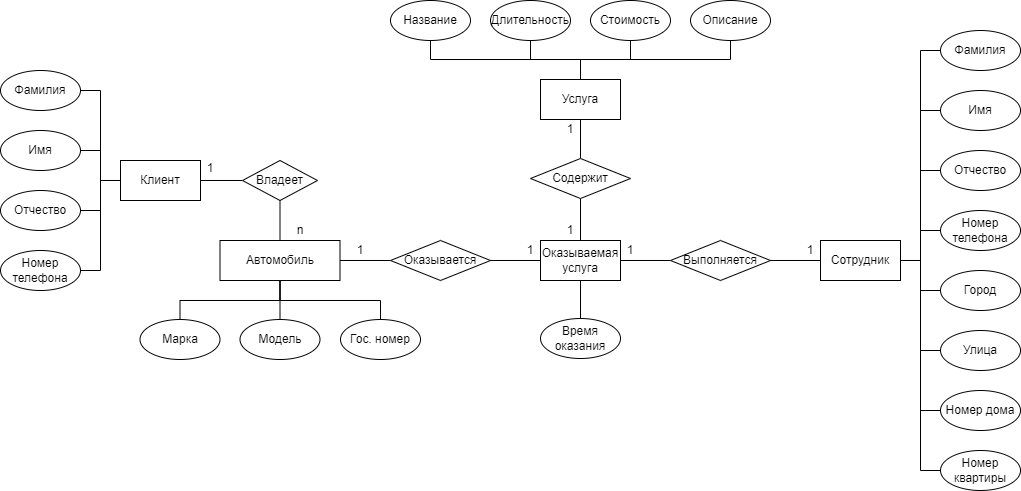
This is Concept.drawio.png from Mejioy/SUBD, a draw.io export, as it was before one commit. Source tidied: cells renumbered, new cells last; positions are measured from the earlier drawing's top-left corner, leaving out a move shared by most shapes. Its diagram source:
```xml
<mxGraphModel>
  <root>
    <mxCell id="0" />
    <mxCell id="1" parent="0" />
    <mxCell id="2" value="Марка" style="ellipse;whiteSpace=wrap;html=1;" parent="1" vertex="1">
      <mxGeometry x="139.5" y="319" width="80" height="40" as="geometry" />
    </mxCell>
    <mxCell id="3" value="Модель" style="ellipse;whiteSpace=wrap;html=1;" parent="1" vertex="1">
      <mxGeometry x="239.5" y="319" width="80" height="40" as="geometry" />
    </mxCell>
    <mxCell id="4" style="edgeStyle=orthogonalEdgeStyle;rounded=0;jettySize=auto;html=1;exitX=0.5;exitY=1;exitDx=0;exitDy=0;entryX=0.5;entryY=0;entryDx=0;entryDy=0;endArrow=none;endFill=0;" parent="1" edge="1" source="7" target="3">
      <mxGeometry relative="1" as="geometry" />
    </mxCell>
    <mxCell id="5" style="edgeStyle=orthogonalEdgeStyle;rounded=0;jettySize=auto;html=1;exitX=0.5;exitY=1;exitDx=0;exitDy=0;entryX=0.5;entryY=0;entryDx=0;entryDy=0;endArrow=none;endFill=0;" parent="1" edge="1" source="7" target="12">
      <mxGeometry relative="1" as="geometry">
        <Array as="points">
          <mxPoint x="280" y="300" />
          <mxPoint x="380" y="300" />
        </Array>
      </mxGeometry>
    </mxCell>
    <mxCell id="6" style="edgeStyle=orthogonalEdgeStyle;rounded=0;jettySize=auto;html=1;exitX=0.5;exitY=1;exitDx=0;exitDy=0;entryX=0.5;entryY=0;entryDx=0;entryDy=0;endArrow=none;endFill=0;" parent="1" edge="1" source="7" target="2">
      <mxGeometry relative="1" as="geometry">
        <Array as="points">
          <mxPoint x="280" y="300" />
          <mxPoint x="180" y="300" />
        </Array>
      </mxGeometry>
    </mxCell>
    <mxCell id="7" value="Автомобиль" style="rounded=0;whiteSpace=wrap;html=1;" parent="1" vertex="1">
      <mxGeometry x="219.5" y="240" width="120" height="40" as="geometry" />
    </mxCell>
    <mxCell id="8" style="edgeStyle=orthogonalEdgeStyle;rounded=0;jettySize=auto;html=1;exitX=0;exitY=0.5;exitDx=0;exitDy=0;entryX=1;entryY=0.5;entryDx=0;entryDy=0;endArrow=none;endFill=0;startArrow=none;startFill=0;" parent="1" edge="1" source="10" target="11">
      <mxGeometry relative="1" as="geometry" />
    </mxCell>
    <mxCell id="9" style="edgeStyle=orthogonalEdgeStyle;rounded=0;jettySize=auto;html=1;exitX=0.5;exitY=1;exitDx=0;exitDy=0;entryX=0.5;entryY=0;entryDx=0;entryDy=0;endArrow=none;endFill=0;startArrow=none;startFill=0;" parent="1" edge="1" source="10" target="7">
      <mxGeometry relative="1" as="geometry" />
    </mxCell>
    <mxCell id="10" value="Владеет" style="rhombus;whiteSpace=wrap;html=1;" parent="1" vertex="1">
      <mxGeometry x="242" y="160" width="75" height="40" as="geometry" />
    </mxCell>
    <mxCell id="11" value="Клиент" style="rounded=0;whiteSpace=wrap;html=1;" parent="1" vertex="1">
      <mxGeometry x="120" y="160" width="80" height="40" as="geometry" />
    </mxCell>
    <mxCell id="12" value="Гос. номер" style="ellipse;whiteSpace=wrap;html=1;" parent="1" vertex="1">
      <mxGeometry x="340" y="319" width="80" height="40" as="geometry" />
    </mxCell>
    <mxCell id="13" style="edgeStyle=orthogonalEdgeStyle;rounded=0;jettySize=auto;html=1;exitX=1;exitY=0.5;exitDx=0;exitDy=0;entryX=0;entryY=0.5;entryDx=0;entryDy=0;endArrow=none;endFill=0;" parent="1" edge="1" source="14" target="11">
      <mxGeometry relative="1" as="geometry" />
    </mxCell>
    <mxCell id="14" value="Фамилия" style="ellipse;whiteSpace=wrap;html=1;" parent="1" vertex="1">
      <mxGeometry y="70" width="80" height="40" as="geometry" />
    </mxCell>
    <mxCell id="15" style="edgeStyle=orthogonalEdgeStyle;rounded=0;jettySize=auto;html=1;exitX=1;exitY=0.5;exitDx=0;exitDy=0;entryX=0;entryY=0.5;entryDx=0;entryDy=0;endArrow=none;endFill=0;" parent="1" edge="1" source="16" target="11">
      <mxGeometry relative="1" as="geometry" />
    </mxCell>
    <mxCell id="16" value="Имя" style="ellipse;whiteSpace=wrap;html=1;" parent="1" vertex="1">
      <mxGeometry y="130" width="80" height="40" as="geometry" />
    </mxCell>
    <mxCell id="17" style="edgeStyle=orthogonalEdgeStyle;rounded=0;jettySize=auto;html=1;exitX=1;exitY=0.5;exitDx=0;exitDy=0;entryX=0;entryY=0.5;entryDx=0;entryDy=0;endArrow=none;endFill=0;" parent="1" edge="1" source="18" target="11">
      <mxGeometry relative="1" as="geometry" />
    </mxCell>
    <mxCell id="18" value="Отчество" style="ellipse;whiteSpace=wrap;html=1;" parent="1" vertex="1">
      <mxGeometry y="190" width="80" height="40" as="geometry" />
    </mxCell>
    <mxCell id="19" style="edgeStyle=orthogonalEdgeStyle;rounded=0;jettySize=auto;html=1;exitX=1;exitY=0.5;exitDx=0;exitDy=0;entryX=0;entryY=0.5;entryDx=0;entryDy=0;endArrow=none;endFill=0;" parent="1" edge="1" source="20" target="11">
      <mxGeometry relative="1" as="geometry" />
    </mxCell>
    <mxCell id="20" value="Номер телефона" style="ellipse;whiteSpace=wrap;html=1;" parent="1" vertex="1">
      <mxGeometry y="250" width="80" height="40" as="geometry" />
    </mxCell>
    <mxCell id="21" value="Время оказания" style="ellipse;whiteSpace=wrap;html=1;" parent="1" vertex="1">
      <mxGeometry x="540" y="318" width="80" height="40" as="geometry" />
    </mxCell>
    <mxCell id="22" style="edgeStyle=orthogonalEdgeStyle;rounded=0;jettySize=auto;html=1;exitX=0.5;exitY=1;exitDx=0;exitDy=0;entryX=0.5;entryY=0;entryDx=0;entryDy=0;endArrow=none;endFill=0;" parent="1" edge="1" source="23" target="21">
      <mxGeometry relative="1" as="geometry" />
    </mxCell>
    <mxCell id="23" value="Оказываемая услуга" style="rounded=0;whiteSpace=wrap;html=1;" parent="1" vertex="1">
      <mxGeometry x="540" y="240" width="80" height="40" as="geometry" />
    </mxCell>
    <mxCell id="24" style="edgeStyle=orthogonalEdgeStyle;rounded=0;jettySize=auto;html=1;exitX=0;exitY=0.5;exitDx=0;exitDy=0;entryX=1;entryY=0.5;entryDx=0;entryDy=0;endArrow=none;endFill=0;startArrow=none;startFill=0;" parent="1" edge="1" source="26" target="7">
      <mxGeometry relative="1" as="geometry" />
    </mxCell>
    <mxCell id="25" style="edgeStyle=orthogonalEdgeStyle;rounded=0;jettySize=auto;html=1;exitX=1;exitY=0.5;exitDx=0;exitDy=0;entryX=0;entryY=0.5;entryDx=0;entryDy=0;endArrow=none;endFill=0;startArrow=none;startFill=0;" parent="1" edge="1" source="26" target="23">
      <mxGeometry relative="1" as="geometry" />
    </mxCell>
    <mxCell id="26" value="Оказывается" style="rhombus;whiteSpace=wrap;html=1;" parent="1" vertex="1">
      <mxGeometry x="390" y="240" width="100" height="40" as="geometry" />
    </mxCell>
    <mxCell id="27" style="edgeStyle=orthogonalEdgeStyle;rounded=0;jettySize=auto;html=1;exitX=0.5;exitY=0;exitDx=0;exitDy=0;entryX=0.5;entryY=1;entryDx=0;entryDy=0;endArrow=none;endFill=0;" parent="1" edge="1" source="31" target="32">
      <mxGeometry relative="1" as="geometry">
        <Array as="points">
          <mxPoint x="580" y="59" />
          <mxPoint x="430" y="59" />
        </Array>
      </mxGeometry>
    </mxCell>
    <mxCell id="28" style="edgeStyle=orthogonalEdgeStyle;rounded=0;jettySize=auto;html=1;exitX=0.5;exitY=0;exitDx=0;exitDy=0;entryX=0.5;entryY=1;entryDx=0;entryDy=0;endArrow=none;endFill=0;" parent="1" edge="1" source="31" target="35">
      <mxGeometry relative="1" as="geometry">
        <Array as="points">
          <mxPoint x="580" y="59" />
          <mxPoint x="730" y="59" />
        </Array>
      </mxGeometry>
    </mxCell>
    <mxCell id="29" style="edgeStyle=orthogonalEdgeStyle;rounded=0;jettySize=auto;html=1;exitX=0.5;exitY=0;exitDx=0;exitDy=0;entryX=0.5;entryY=1;entryDx=0;entryDy=0;endArrow=none;endFill=0;" parent="1" edge="1" source="31" target="34">
      <mxGeometry relative="1" as="geometry" />
    </mxCell>
    <mxCell id="30" style="edgeStyle=orthogonalEdgeStyle;rounded=0;jettySize=auto;html=1;exitX=0.5;exitY=0;exitDx=0;exitDy=0;entryX=0.5;entryY=1;entryDx=0;entryDy=0;endArrow=none;endFill=0;" parent="1" edge="1" source="31" target="33">
      <mxGeometry relative="1" as="geometry" />
    </mxCell>
    <mxCell id="31" value="Услуга" style="rounded=0;whiteSpace=wrap;html=1;" parent="1" vertex="1">
      <mxGeometry x="540" y="79" width="80" height="40" as="geometry" />
    </mxCell>
    <mxCell id="32" value="Название" style="ellipse;whiteSpace=wrap;html=1;" parent="1" vertex="1">
      <mxGeometry x="390" width="80" height="40" as="geometry" />
    </mxCell>
    <mxCell id="33" value="Длительность" style="ellipse;whiteSpace=wrap;html=1;" parent="1" vertex="1">
      <mxGeometry x="490" width="80" height="40" as="geometry" />
    </mxCell>
    <mxCell id="34" value="Стоимость" style="ellipse;whiteSpace=wrap;html=1;" parent="1" vertex="1">
      <mxGeometry x="590" width="80" height="40" as="geometry" />
    </mxCell>
    <mxCell id="35" value="Описание" style="ellipse;whiteSpace=wrap;html=1;" parent="1" vertex="1">
      <mxGeometry x="690" width="80" height="40" as="geometry" />
    </mxCell>
    <mxCell id="36" style="edgeStyle=orthogonalEdgeStyle;rounded=0;jettySize=auto;html=1;exitX=0.5;exitY=0;exitDx=0;exitDy=0;entryX=0.5;entryY=1;entryDx=0;entryDy=0;endArrow=none;endFill=0;startArrow=none;startFill=0;" parent="1" edge="1" source="38" target="31">
      <mxGeometry relative="1" as="geometry" />
    </mxCell>
    <mxCell id="37" style="edgeStyle=orthogonalEdgeStyle;rounded=0;jettySize=auto;html=1;exitX=0.5;exitY=1;exitDx=0;exitDy=0;entryX=0.5;entryY=0;entryDx=0;entryDy=0;endArrow=none;endFill=0;startArrow=none;startFill=0;" parent="1" edge="1" source="38" target="23">
      <mxGeometry relative="1" as="geometry" />
    </mxCell>
    <mxCell id="38" value="Содержит" style="rhombus;whiteSpace=wrap;html=1;" parent="1" vertex="1">
      <mxGeometry x="530" y="158" width="100" height="40" as="geometry" />
    </mxCell>
    <mxCell id="39" style="edgeStyle=orthogonalEdgeStyle;rounded=0;jettySize=auto;html=1;exitX=1;exitY=0.5;exitDx=0;exitDy=0;entryX=0;entryY=0.5;entryDx=0;entryDy=0;endArrow=none;endFill=0;" parent="1" edge="1" source="47" target="48">
      <mxGeometry relative="1" as="geometry" />
    </mxCell>
    <mxCell id="40" style="edgeStyle=orthogonalEdgeStyle;rounded=0;jettySize=auto;html=1;exitX=1;exitY=0.5;exitDx=0;exitDy=0;entryX=0;entryY=0.5;entryDx=0;entryDy=0;endArrow=none;endFill=0;" parent="1" edge="1" source="47" target="55">
      <mxGeometry relative="1" as="geometry" />
    </mxCell>
    <mxCell id="41" style="edgeStyle=orthogonalEdgeStyle;rounded=0;jettySize=auto;html=1;exitX=1;exitY=0.5;exitDx=0;exitDy=0;entryX=0;entryY=0.5;entryDx=0;entryDy=0;endArrow=none;endFill=0;" parent="1" edge="1" source="47" target="49">
      <mxGeometry relative="1" as="geometry" />
    </mxCell>
    <mxCell id="42" style="edgeStyle=orthogonalEdgeStyle;rounded=0;jettySize=auto;html=1;exitX=1;exitY=0.5;exitDx=0;exitDy=0;entryX=0;entryY=0.5;entryDx=0;entryDy=0;endArrow=none;endFill=0;" parent="1" edge="1" source="47" target="54">
      <mxGeometry relative="1" as="geometry" />
    </mxCell>
    <mxCell id="43" style="edgeStyle=orthogonalEdgeStyle;rounded=0;jettySize=auto;html=1;exitX=1;exitY=0.5;exitDx=0;exitDy=0;entryX=0;entryY=0.5;entryDx=0;entryDy=0;endArrow=none;endFill=0;" parent="1" edge="1" source="47" target="50">
      <mxGeometry relative="1" as="geometry" />
    </mxCell>
    <mxCell id="44" style="edgeStyle=orthogonalEdgeStyle;rounded=0;jettySize=auto;html=1;exitX=1;exitY=0.5;exitDx=0;exitDy=0;entryX=0;entryY=0.5;entryDx=0;entryDy=0;endArrow=none;endFill=0;" parent="1" edge="1" source="47" target="53">
      <mxGeometry relative="1" as="geometry" />
    </mxCell>
    <mxCell id="45" style="edgeStyle=orthogonalEdgeStyle;rounded=0;jettySize=auto;html=1;exitX=1;exitY=0.5;exitDx=0;exitDy=0;entryX=0;entryY=0.5;entryDx=0;entryDy=0;endArrow=none;endFill=0;" parent="1" edge="1" source="47" target="52">
      <mxGeometry relative="1" as="geometry" />
    </mxCell>
    <mxCell id="46" style="edgeStyle=orthogonalEdgeStyle;rounded=0;jettySize=auto;html=1;exitX=1;exitY=0.5;exitDx=0;exitDy=0;entryX=0;entryY=0.5;entryDx=0;entryDy=0;endArrow=none;endFill=0;" parent="1" edge="1" source="47" target="51">
      <mxGeometry relative="1" as="geometry" />
    </mxCell>
    <mxCell id="47" value="Сотрудник" style="rounded=0;whiteSpace=wrap;html=1;" parent="1" vertex="1">
      <mxGeometry x="820" y="240" width="80" height="40" as="geometry" />
    </mxCell>
    <mxCell id="48" value="Фамилия" style="ellipse;whiteSpace=wrap;html=1;" parent="1" vertex="1">
      <mxGeometry x="940" y="30" width="80" height="40" as="geometry" />
    </mxCell>
    <mxCell id="49" value="Имя" style="ellipse;whiteSpace=wrap;html=1;" parent="1" vertex="1">
      <mxGeometry x="940" y="90" width="80" height="40" as="geometry" />
    </mxCell>
    <mxCell id="50" value="Отчество" style="ellipse;whiteSpace=wrap;html=1;" parent="1" vertex="1">
      <mxGeometry x="940" y="150" width="80" height="40" as="geometry" />
    </mxCell>
    <mxCell id="51" value="Номер телефона" style="ellipse;whiteSpace=wrap;html=1;" parent="1" vertex="1">
      <mxGeometry x="940" y="210" width="80" height="40" as="geometry" />
    </mxCell>
    <mxCell id="52" value="Город" style="ellipse;whiteSpace=wrap;html=1;" parent="1" vertex="1">
      <mxGeometry x="940" y="270" width="80" height="40" as="geometry" />
    </mxCell>
    <mxCell id="53" value="Улица" style="ellipse;whiteSpace=wrap;html=1;" parent="1" vertex="1">
      <mxGeometry x="940" y="330" width="80" height="40" as="geometry" />
    </mxCell>
    <mxCell id="54" value="Номер дома" style="ellipse;whiteSpace=wrap;html=1;" parent="1" vertex="1">
      <mxGeometry x="940" y="390" width="80" height="40" as="geometry" />
    </mxCell>
    <mxCell id="55" value="Номер квартиры" style="ellipse;whiteSpace=wrap;html=1;" parent="1" vertex="1">
      <mxGeometry x="940" y="450" width="80" height="40" as="geometry" />
    </mxCell>
    <mxCell id="56" style="edgeStyle=orthogonalEdgeStyle;rounded=0;jettySize=auto;html=1;exitX=0;exitY=0.5;exitDx=0;exitDy=0;entryX=1;entryY=0.5;entryDx=0;entryDy=0;endArrow=none;endFill=0;startArrow=none;startFill=0;" parent="1" edge="1" source="58" target="23">
      <mxGeometry relative="1" as="geometry" />
    </mxCell>
    <mxCell id="57" style="edgeStyle=orthogonalEdgeStyle;rounded=0;jettySize=auto;html=1;exitX=1;exitY=0.5;exitDx=0;exitDy=0;entryX=0;entryY=0.5;entryDx=0;entryDy=0;endArrow=none;endFill=0;startArrow=none;startFill=0;" parent="1" edge="1" source="58" target="47">
      <mxGeometry relative="1" as="geometry" />
    </mxCell>
    <mxCell id="58" value="Выполняется" style="rhombus;whiteSpace=wrap;html=1;" parent="1" vertex="1">
      <mxGeometry x="670" y="240" width="100" height="40" as="geometry" />
    </mxCell>
    <mxCell id="59" value="n" style="text;html=1;strokeColor=none;fillColor=none;align=center;verticalAlign=middle;whiteSpace=wrap;rounded=0;" parent="1" vertex="1">
      <mxGeometry x="290" y="220" width="20" height="20" as="geometry" />
    </mxCell>
    <mxCell id="60" value="1" style="text;html=1;strokeColor=none;fillColor=none;align=center;verticalAlign=middle;whiteSpace=wrap;rounded=0;" parent="1" vertex="1">
      <mxGeometry x="200" y="158" width="20" height="20" as="geometry" />
    </mxCell>
    <mxCell id="61" value="1" style="text;html=1;strokeColor=none;fillColor=none;align=center;verticalAlign=middle;whiteSpace=wrap;rounded=0;" parent="1" vertex="1">
      <mxGeometry x="350" y="240" width="20" height="20" as="geometry" />
    </mxCell>
    <mxCell id="62" value="1" style="text;html=1;strokeColor=none;fillColor=none;align=center;verticalAlign=middle;whiteSpace=wrap;rounded=0;" parent="1" vertex="1">
      <mxGeometry x="520" y="240" width="20" height="20" as="geometry" />
    </mxCell>
    <mxCell id="63" value="1" style="text;html=1;strokeColor=none;fillColor=none;align=center;verticalAlign=middle;whiteSpace=wrap;rounded=0;" parent="1" vertex="1">
      <mxGeometry x="560" y="119" width="20" height="20" as="geometry" />
    </mxCell>
    <mxCell id="64" value="1" style="text;html=1;strokeColor=none;fillColor=none;align=center;verticalAlign=middle;whiteSpace=wrap;rounded=0;" parent="1" vertex="1">
      <mxGeometry x="560" y="220" width="20" height="20" as="geometry" />
    </mxCell>
    <mxCell id="65" value="1" style="text;html=1;strokeColor=none;fillColor=none;align=center;verticalAlign=middle;whiteSpace=wrap;rounded=0;" parent="1" vertex="1">
      <mxGeometry x="620" y="240" width="20" height="20" as="geometry" />
    </mxCell>
    <mxCell id="66" value="1" style="text;html=1;strokeColor=none;fillColor=none;align=center;verticalAlign=middle;whiteSpace=wrap;rounded=0;" parent="1" vertex="1">
      <mxGeometry x="800" y="240" width="20" height="20" as="geometry" />
    </mxCell>
  </root>
</mxGraphModel>
```
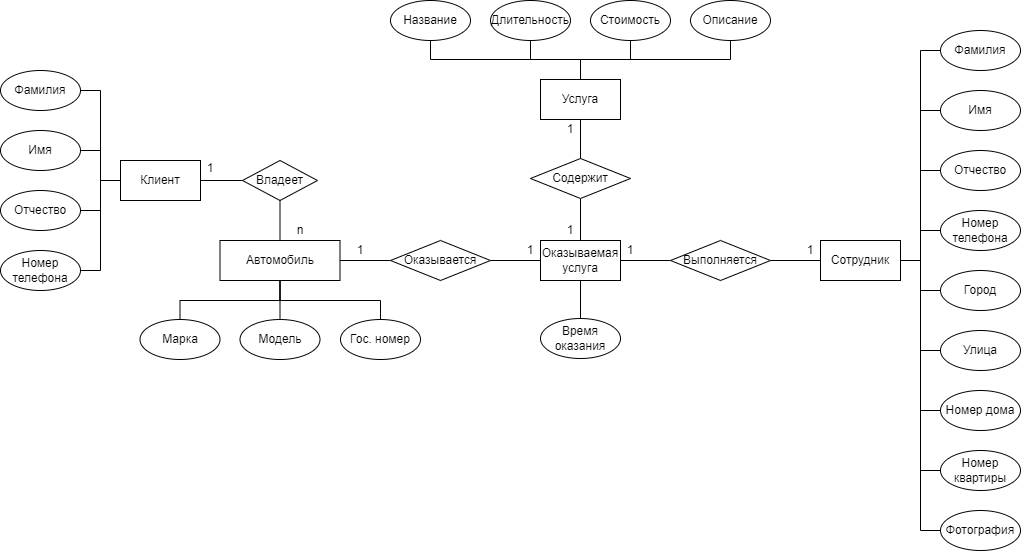
Later version of the same file.

Change to the diagram source:
```diff
@@ -157,6 +157,9 @@
     <mxCell id="46" style="edgeStyle=orthogonalEdgeStyle;rounded=0;jettySize=auto;html=1;exitX=1;exitY=0.5;exitDx=0;exitDy=0;entryX=0;entryY=0.5;entryDx=0;entryDy=0;endArrow=none;endFill=0;" parent="1" edge="1" source="47" target="51">
       <mxGeometry relative="1" as="geometry" />
     </mxCell>
+    <mxCell id="67" style="edgeStyle=orthogonalEdgeStyle;rounded=0;jettySize=auto;html=1;exitX=1;exitY=0.5;exitDx=0;exitDy=0;entryX=0;entryY=0.5;entryDx=0;entryDy=0;endArrow=none;endFill=0;" parent="1" edge="1" source="47" target="68">
+      <mxGeometry relative="1" as="geometry" />
+    </mxCell>
     <mxCell id="47" value="Сотрудник" style="rounded=0;whiteSpace=wrap;html=1;" parent="1" vertex="1">
       <mxGeometry x="820" y="240" width="80" height="40" as="geometry" />
     </mxCell>
@@ -217,5 +220,8 @@
     <mxCell id="66" value="1" style="text;html=1;strokeColor=none;fillColor=none;align=center;verticalAlign=middle;whiteSpace=wrap;rounded=0;" parent="1" vertex="1">
       <mxGeometry x="800" y="240" width="20" height="20" as="geometry" />
     </mxCell>
+    <mxCell id="68" value="Фотография" style="ellipse;whiteSpace=wrap;html=1;" parent="1" vertex="1">
+      <mxGeometry x="940" y="510" width="80" height="40" as="geometry" />
+    </mxCell>
   </root>
 </mxGraphModel>
```
